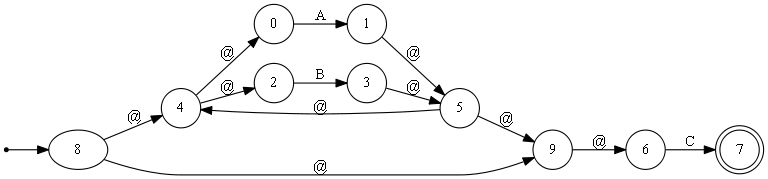
Before: View/Thompson.gv.png, a diagram exported from Graphviz (FabianPalacios/Automatas). Its source is kept beside it as View/Thompson.gv.
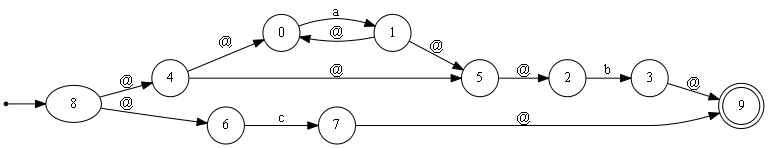
Later version of the same file.

What changed in the source:
```diff
@@ -3,18 +3,18 @@
 	ini [shape=point]
 	ini -> 8
 	node [shape=doublecircle]
-	7
+	9
 	node [shape=circle]
-	0 -> 1 [label=A]
-	2 -> 3 [label=B]
-	4 -> 2 [label="@"]
+	0 -> 1 [label=a]
+	2 -> 3 [label=b]
+	4 -> 5 [label="@"]
 	4 -> 0 [label="@"]
-	3 -> 5 [label="@"]
+	1 -> 0 [label="@"]
 	1 -> 5 [label="@"]
-	6 -> 7 [label=C]
-	8 -> 9 [label="@"]
+	5 -> 2 [label="@"]
+	6 -> 7 [label=c]
+	8 -> 6 [label="@"]
 	8 -> 4 [label="@"]
-	5 -> 4 [label="@"]
-	5 -> 9 [label="@"]
-	9 -> 6 [label="@"]
+	7 -> 9 [label="@"]
+	3 -> 9 [label="@"]
 }
```
